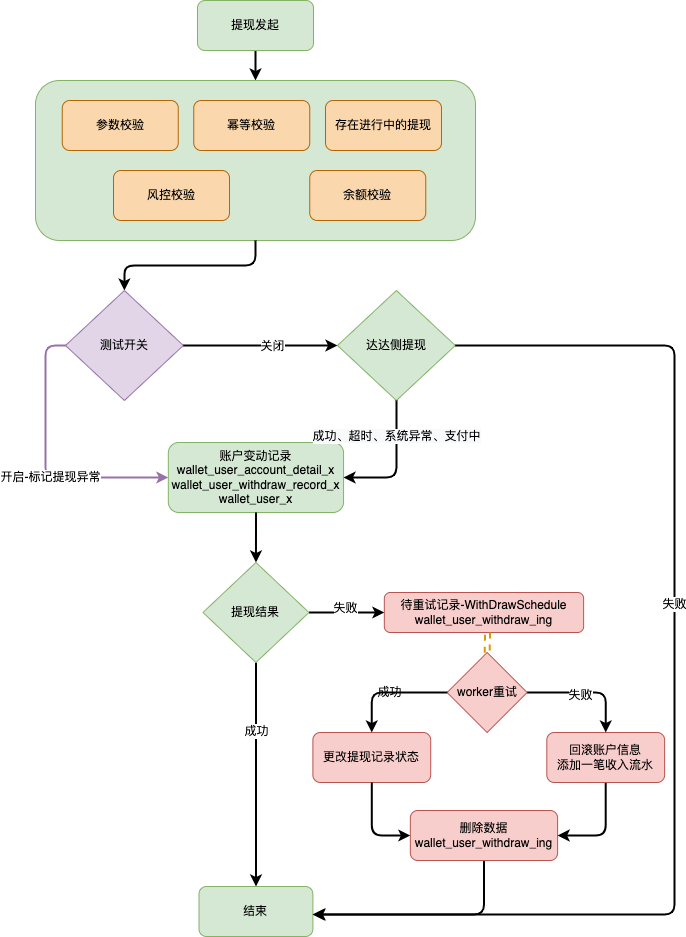
Earlier version of the draw.io export 钱包-提现_1.png (845642761/diagram). Source tidied: cells renumbered, new cells last; positions are measured from the earlier drawing's top-left corner, leaving out a move shared by most shapes. Its diagram source:
```xml
<mxGraphModel background="#FFFFFF">
  <root>
    <mxCell id="0" />
    <mxCell id="1" parent="0" />
    <mxCell id="2" style="edgeStyle=orthogonalEdgeStyle;rounded=1;jettySize=auto;html=1;labelBackgroundColor=none;strokeWidth=2;" parent="1" edge="1" source="3" target="5">
      <mxGeometry relative="1" as="geometry" />
    </mxCell>
    <mxCell id="3" value="提现发起" style="rounded=1;whiteSpace=wrap;html=1;labelBackgroundColor=none;fillColor=#d5e8d4;strokeColor=#82b366;" parent="1" vertex="1">
      <mxGeometry x="162" width="116" height="50" as="geometry" />
    </mxCell>
    <mxCell id="4" style="group;" parent="1" vertex="1">
      <mxGeometry y="80" width="440" height="160" as="geometry" />
    </mxCell>
    <mxCell id="5" style="rounded=1;whiteSpace=wrap;html=1;labelBackgroundColor=none;fillColor=#d5e8d4;strokeColor=#82b366;" parent="4" vertex="1">
      <mxGeometry width="440" height="160" as="geometry" />
    </mxCell>
    <mxCell id="6" value="参数校验" style="rounded=1;whiteSpace=wrap;html=1;labelBackgroundColor=none;fillColor=#fad7ac;strokeColor=#b46504;" parent="4" vertex="1">
      <mxGeometry x="26.8" y="20" width="116" height="50" as="geometry" />
    </mxCell>
    <mxCell id="7" value="幂等校验" style="rounded=1;whiteSpace=wrap;html=1;labelBackgroundColor=none;fillColor=#fad7ac;strokeColor=#b46504;" parent="4" vertex="1">
      <mxGeometry x="158.2" y="20" width="116" height="50" as="geometry" />
    </mxCell>
    <mxCell id="8" value="余额校验" style="rounded=1;whiteSpace=wrap;html=1;labelBackgroundColor=none;fillColor=#fad7ac;strokeColor=#b46504;" parent="4" vertex="1">
      <mxGeometry x="274.2" y="90" width="116" height="50" as="geometry" />
    </mxCell>
    <mxCell id="9" value="存在进行中的提现" style="rounded=1;whiteSpace=wrap;html=1;labelBackgroundColor=none;fillColor=#fad7ac;strokeColor=#b46504;" parent="4" vertex="1">
      <mxGeometry x="290" y="20" width="116" height="50" as="geometry" />
    </mxCell>
    <mxCell id="10" value="风控校验" style="rounded=1;whiteSpace=wrap;html=1;labelBackgroundColor=none;fillColor=#fad7ac;strokeColor=#b46504;" parent="4" vertex="1">
      <mxGeometry x="78" y="90" width="116" height="50" as="geometry" />
    </mxCell>
    <mxCell id="11" style="edgeStyle=orthogonalEdgeStyle;rounded=1;jettySize=auto;html=1;labelBackgroundColor=none;strokeWidth=2;" parent="1" edge="1" source="5" target="13">
      <mxGeometry relative="1" as="geometry" />
    </mxCell>
    <mxCell id="12" value="待重试记录-WithDrawSchedule&lt;br&gt;wallet_user_withdraw_ing" style="rounded=1;whiteSpace=wrap;html=1;fillColor=#f8cecc;strokeColor=#b85450;" parent="1" vertex="1">
      <mxGeometry x="348.8" y="592" width="199.3" height="40" as="geometry" />
    </mxCell>
    <mxCell id="13" value="测试开关" style="rhombus;whiteSpace=wrap;html=1;labelBackgroundColor=none;fillColor=#e1d5e7;strokeColor=#9673a6;" parent="1" vertex="1">
      <mxGeometry x="30" y="290" width="117.8" height="110" as="geometry" />
    </mxCell>
    <mxCell id="14" value="达达侧提现" style="rhombus;whiteSpace=wrap;html=1;labelBackgroundColor=none;fillColor=#d5e8d4;strokeColor=#82b366;" parent="1" vertex="1">
      <mxGeometry x="302" y="290" width="117.8" height="110" as="geometry" />
    </mxCell>
    <mxCell id="15" style="edgeStyle=orthogonalEdgeStyle;rounded=1;jettySize=auto;html=1;labelBackgroundColor=none;strokeWidth=2;" parent="1" edge="1" source="13" target="14">
      <mxGeometry relative="1" as="geometry" />
    </mxCell>
    <mxCell id="16" value="关闭" style="edgeLabel;html=1;align=center;verticalAlign=middle;" parent="15" vertex="1">
      <mxGeometry x="0.16" relative="1" as="geometry" />
    </mxCell>
    <mxCell id="17" value="结束" style="rounded=1;whiteSpace=wrap;html=1;labelBackgroundColor=none;fillColor=#d5e8d4;strokeColor=#82b366;" parent="1" vertex="1">
      <mxGeometry x="163.5" y="886" width="113.9" height="50" as="geometry" />
    </mxCell>
    <mxCell id="18" style="edgeStyle=orthogonalEdgeStyle;rounded=1;jettySize=auto;html=1;entryX=0;entryY=0.5;entryDx=0;entryDy=0;labelBackgroundColor=none;strokeWidth=2;fillColor=#e1d5e7;strokeColor=#9673a6;exitX=0;exitY=0.5;exitDx=0;exitDy=0;" parent="1" edge="1" source="13" target="22">
      <mxGeometry relative="1" as="geometry" />
    </mxCell>
    <mxCell id="19" value="开启-标记提现异常" style="edgeLabel;html=1;align=center;verticalAlign=middle;" parent="18" vertex="1">
      <mxGeometry x="0.14" y="1" relative="1" as="geometry" />
    </mxCell>
    <mxCell id="20" style="edgeStyle=orthogonalEdgeStyle;rounded=1;jettySize=auto;html=1;labelBackgroundColor=none;strokeWidth=2;exitX=1;exitY=0.5;exitDx=0;exitDy=0;" parent="1" edge="1" source="14">
      <mxGeometry relative="1" as="geometry">
        <mxPoint x="277" y="914" as="targetPoint" />
        <Array as="points">
          <mxPoint x="639" y="345" />
          <mxPoint x="639" y="914" />
        </Array>
      </mxGeometry>
    </mxCell>
    <mxCell id="21" value="失败" style="edgeLabel;html=1;align=center;verticalAlign=middle;" parent="20" vertex="1">
      <mxGeometry x="-0.17" y="-1" relative="1" as="geometry" />
    </mxCell>
    <mxCell id="22" value="账户变动记录wallet_user_account_detail_x&lt;br&gt;wallet_user_withdraw_record_x&lt;br&gt;wallet_user_x" style="rounded=1;whiteSpace=wrap;html=1;fillColor=#d5e8d4;strokeColor=#82b366;" parent="1" vertex="1">
      <mxGeometry x="132.8" y="442" width="175.3" height="70" as="geometry" />
    </mxCell>
    <mxCell id="23" style="edgeStyle=orthogonalEdgeStyle;rounded=1;jettySize=auto;html=1;labelBackgroundColor=none;strokeWidth=2;exitX=0.5;exitY=1;exitDx=0;exitDy=0;entryX=1;entryY=0.5;entryDx=0;entryDy=0;" parent="1" edge="1" source="14" target="22">
      <mxGeometry relative="1" as="geometry" />
    </mxCell>
    <mxCell id="24" value="&lt;span style=&quot;background-color: rgb(248 , 249 , 250)&quot;&gt;成功、超时、系统异常、支付中&lt;/span&gt;" style="edgeLabel;html=1;align=center;verticalAlign=middle;" parent="23" vertex="1">
      <mxGeometry x="-0.44" relative="1" as="geometry" />
    </mxCell>
    <mxCell id="25" style="edgeStyle=orthogonalEdgeStyle;rounded=1;jettySize=auto;html=1;labelBackgroundColor=none;strokeWidth=2;" parent="1" edge="1" source="29" target="17">
      <mxGeometry relative="1" as="geometry" />
    </mxCell>
    <mxCell id="26" value="成功" style="edgeLabel;html=1;align=center;verticalAlign=middle;" parent="25" vertex="1">
      <mxGeometry x="-0.38" relative="1" as="geometry" />
    </mxCell>
    <mxCell id="27" style="edgeStyle=orthogonalEdgeStyle;rounded=1;jettySize=auto;html=1;entryX=0;entryY=0.5;entryDx=0;entryDy=0;labelBackgroundColor=none;strokeWidth=2;" parent="1" edge="1" source="29" target="12">
      <mxGeometry relative="1" as="geometry" />
    </mxCell>
    <mxCell id="28" value="失败" style="edgeLabel;html=1;align=center;verticalAlign=middle;" parent="27" vertex="1">
      <mxGeometry x="-0.06" y="5" relative="1" as="geometry" />
    </mxCell>
    <mxCell id="29" value="提现结果" style="rhombus;whiteSpace=wrap;html=1;labelBackgroundColor=none;fillColor=#d5e8d4;strokeColor=#82b366;" parent="1" vertex="1">
      <mxGeometry x="167.4" y="562" width="106" height="100" as="geometry" />
    </mxCell>
    <mxCell id="30" style="edgeStyle=orthogonalEdgeStyle;rounded=1;jettySize=auto;html=1;entryX=0.5;entryY=0;entryDx=0;entryDy=0;labelBackgroundColor=none;strokeWidth=2;" parent="1" edge="1" source="22" target="29">
      <mxGeometry relative="1" as="geometry" />
    </mxCell>
    <mxCell id="31" value="&lt;span&gt;worker重试&lt;/span&gt;" style="rhombus;whiteSpace=wrap;html=1;fillColor=#f8cecc;strokeColor=#b85450;" parent="1" vertex="1">
      <mxGeometry x="411.7" y="652" width="80" height="80" as="geometry" />
    </mxCell>
    <mxCell id="32" value="更改提现记录状态" style="rounded=1;whiteSpace=wrap;html=1;fillColor=#f8cecc;strokeColor=#b85450;" parent="1" vertex="1">
      <mxGeometry x="277.4" y="732" width="117.8" height="50" as="geometry" />
    </mxCell>
    <mxCell id="33" value="成功" style="edgeStyle=orthogonalEdgeStyle;rounded=1;jettySize=auto;html=1;entryX=0.5;entryY=0;entryDx=0;entryDy=0;labelBackgroundColor=none;strokeWidth=2;" parent="1" edge="1" source="31" target="32">
      <mxGeometry relative="1" as="geometry" />
    </mxCell>
    <mxCell id="34" style="edgeStyle=orthogonalEdgeStyle;rounded=1;jettySize=auto;html=1;labelBackgroundColor=none;strokeWidth=2;exitX=0.5;exitY=1;exitDx=0;exitDy=0;" parent="1" edge="1" source="35">
      <mxGeometry relative="1" as="geometry">
        <mxPoint x="278" y="914" as="targetPoint" />
        <Array as="points">
          <mxPoint x="449" y="914" />
        </Array>
      </mxGeometry>
    </mxCell>
    <mxCell id="35" value="删除数据&lt;br&gt;wallet_user_withdraw_ing" style="rounded=1;whiteSpace=wrap;html=1;fillColor=#f8cecc;strokeColor=#b85450;" parent="1" vertex="1">
      <mxGeometry x="374.8" y="810" width="147.3" height="50" as="geometry" />
    </mxCell>
    <mxCell id="36" style="edgeStyle=orthogonalEdgeStyle;rounded=1;jettySize=auto;html=1;entryX=0;entryY=0.5;entryDx=0;entryDy=0;labelBackgroundColor=none;strokeWidth=2;" parent="1" edge="1" source="32" target="35">
      <mxGeometry relative="1" as="geometry" />
    </mxCell>
    <mxCell id="37" style="edgeStyle=orthogonalEdgeStyle;rounded=1;jettySize=auto;html=1;entryX=1;entryY=0.5;entryDx=0;entryDy=0;labelBackgroundColor=none;strokeWidth=2;" parent="1" edge="1" source="38" target="35">
      <mxGeometry relative="1" as="geometry" />
    </mxCell>
    <mxCell id="38" value="回滚账户信息&lt;br&gt;添加一笔收入流水" style="rounded=1;whiteSpace=wrap;html=1;fillColor=#f8cecc;strokeColor=#b85450;" parent="1" vertex="1">
      <mxGeometry x="511.3" y="732" width="117.8" height="50" as="geometry" />
    </mxCell>
    <mxCell id="39" style="edgeStyle=orthogonalEdgeStyle;rounded=1;jettySize=auto;html=1;entryX=0.5;entryY=0;entryDx=0;entryDy=0;labelBackgroundColor=none;strokeWidth=2;" parent="1" edge="1" source="31" target="38">
      <mxGeometry relative="1" as="geometry" />
    </mxCell>
    <mxCell id="40" value="失败" style="edgeLabel;html=1;align=center;verticalAlign=middle;" parent="39" vertex="1">
      <mxGeometry x="-0.11" y="-2" relative="1" as="geometry" />
    </mxCell>
    <mxCell id="41" style="endArrow=none;dashed=1;html=1;rounded=1;labelBackgroundColor=none;strokeWidth=2;fillColor=#ffe6cc;strokeColor=#d79b00;shape=link;" parent="1" edge="1" source="31">
      <mxGeometry relative="1" as="geometry">
        <mxPoint x="451.9" y="632" as="targetPoint" />
      </mxGeometry>
    </mxCell>
  </root>
</mxGraphModel>
```
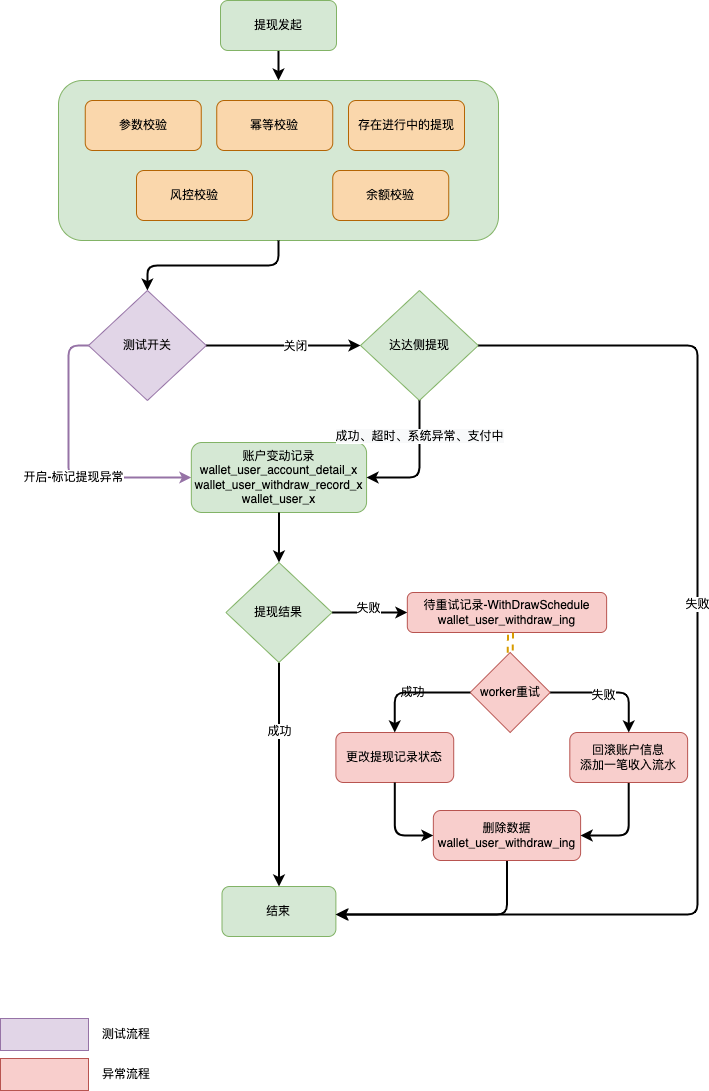
After the change.

Commit message:
更新钱包-提现_1.png

The edit, as a diff of the source:
```diff
@@ -135,5 +135,17 @@
         <mxPoint x="451.9" y="632" as="targetPoint" />
       </mxGeometry>
     </mxCell>
+    <mxCell id="42" style="rounded=0;whiteSpace=wrap;html=1;fillColor=#e1d5e7;strokeColor=#9673a6;" parent="1" vertex="1">
+      <mxGeometry x="-58" y="1018" width="88" height="32" as="geometry" />
+    </mxCell>
+    <mxCell id="43" value="测试流程" style="text;html=1;strokeColor=none;fillColor=none;align=center;verticalAlign=middle;whiteSpace=wrap;rounded=0;" parent="1" vertex="1">
+      <mxGeometry x="38" y="1019" width="60" height="30" as="geometry" />
+    </mxCell>
+    <mxCell id="44" style="rounded=0;whiteSpace=wrap;html=1;fillColor=#f8cecc;strokeColor=#b85450;" parent="1" vertex="1">
+      <mxGeometry x="-58" y="1058" width="88" height="32" as="geometry" />
+    </mxCell>
+    <mxCell id="45" value="异常流程" style="text;html=1;strokeColor=none;fillColor=none;align=center;verticalAlign=middle;whiteSpace=wrap;rounded=0;" parent="1" vertex="1">
+      <mxGeometry x="38" y="1059" width="60" height="30" as="geometry" />
+    </mxCell>
   </root>
 </mxGraphModel>
```
